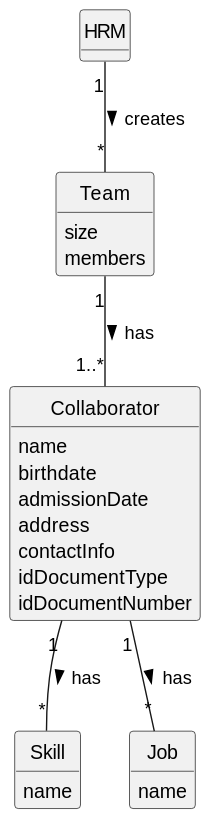
Above: docs/sprintB/us005/02.analysis/svg/us005-domain-model.svg in diogoveirospro/lei-24-s2-1dg-g072 (PlantUML), before the change.
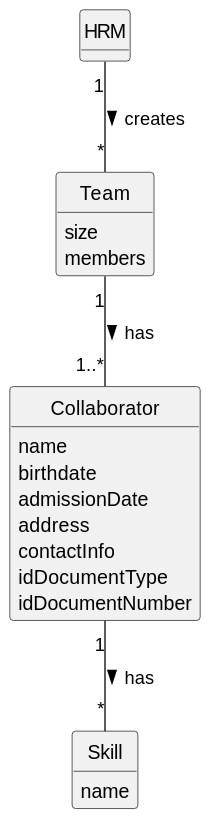
The same file after the commit.

Commit message:
I've finalised the class diagram for US05 and made a few tweaks to the one for US2

Diff of the diagram source:
```diff
@@ -33,12 +33,7 @@
     name
 }
 
-class Job{
-    name
-}
-
 HRM "1" -- "*" Team : creates >
 Team "1" -- "1..*" Collaborator: has >
 Collaborator "1" -- "*" Skill: has >
-Collaborator "1" -- "*" Job: has >
 @enduml
```
